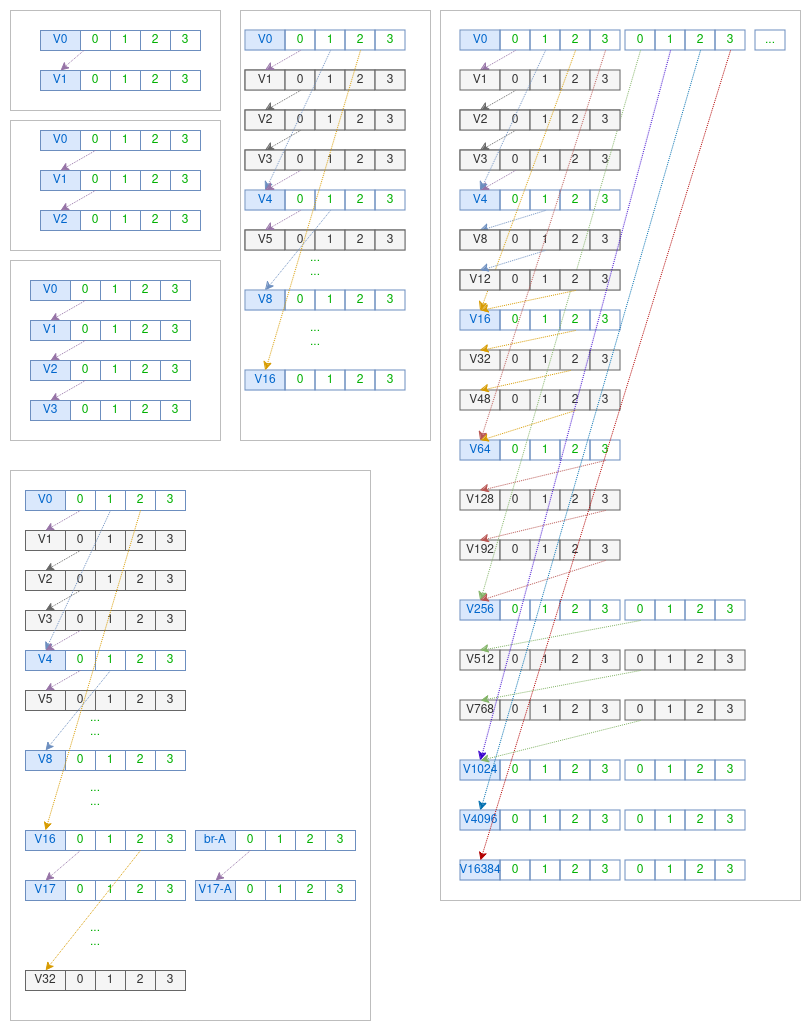
Earlier version of the draw.io export org/branches.png (cosdata/cosdata). Source tidied: cells renumbered, new cells last; positions are measured from the earlier drawing's top-left corner, leaving out a move shared by most shapes.
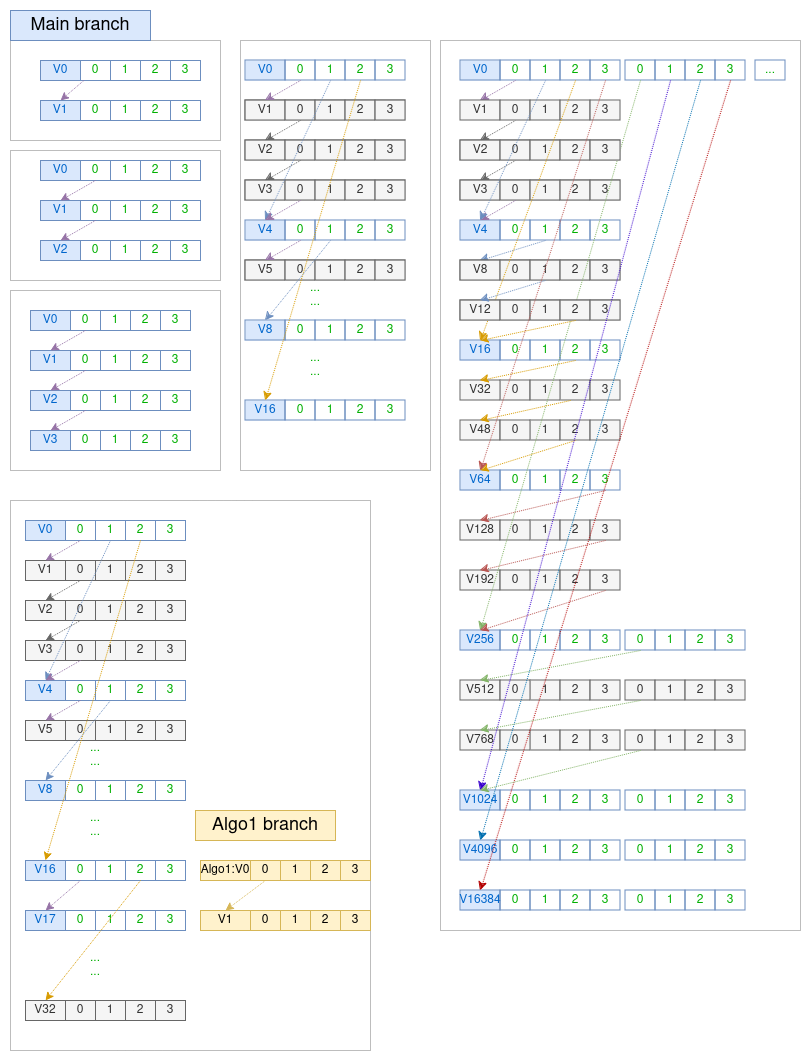
Above is the later version.

What changed in the source:
```diff
@@ -1045,22 +1045,22 @@
     <mxCell id="347" style="rounded=0;jettySize=auto;html=1;entryX=0.5;entryY=0;entryDx=0;entryDy=0;exitX=0.5;exitY=1;exitDx=0;exitDy=0;fillColor=#dae8fc;strokeColor=#6c8ebf;dashed=1;dashPattern=1 1;" parent="1" edge="1" source="311" target="315">
       <mxGeometry relative="1" as="geometry" />
     </mxCell>
-    <mxCell id="348" style="group;" parent="1" vertex="1">
-      <mxGeometry x="185" y="820" width="160" height="20" as="geometry" />
+    <mxCell id="348" style="group;fillColor=#fff2cc;strokeColor=#d6b656;" parent="1" vertex="1">
+      <mxGeometry x="200" y="820" width="160" height="20" as="geometry" />
     </mxCell>
-    <mxCell id="349" value="br-A" style="rounded=0;whiteSpace=wrap;html=1;fillColor=#dae8fc;strokeColor=#6c8ebf;fontColor=#0066CC;" parent="348" vertex="1">
-      <mxGeometry width="40" height="20" as="geometry" />
+    <mxCell id="349" value="Algo1:V0" style="rounded=0;whiteSpace=wrap;html=1;fillColor=#fff2cc;strokeColor=#d6b656;" parent="348" vertex="1">
+      <mxGeometry x="-10" width="50" height="20" as="geometry" />
     </mxCell>
-    <mxCell id="350" value="0" style="rounded=0;whiteSpace=wrap;html=1;fillColor=none;strokeColor=#6c8ebf;fontColor=#00B000;" parent="348" vertex="1">
+    <mxCell id="350" value="0" style="rounded=0;whiteSpace=wrap;html=1;fillColor=#fff2cc;strokeColor=#d6b656;" parent="348" vertex="1">
       <mxGeometry x="40" width="30" height="20" as="geometry" />
     </mxCell>
-    <mxCell id="351" value="1" style="rounded=0;whiteSpace=wrap;html=1;fillColor=none;strokeColor=#6c8ebf;fontColor=#00B000;" parent="348" vertex="1">
+    <mxCell id="351" value="1" style="rounded=0;whiteSpace=wrap;html=1;fillColor=#fff2cc;strokeColor=#d6b656;" parent="348" vertex="1">
       <mxGeometry x="70" width="30" height="20" as="geometry" />
     </mxCell>
-    <mxCell id="352" value="2" style="rounded=0;whiteSpace=wrap;html=1;fillColor=none;strokeColor=#6c8ebf;fontColor=#00B000;" parent="348" vertex="1">
+    <mxCell id="352" value="2" style="rounded=0;whiteSpace=wrap;html=1;fillColor=#fff2cc;strokeColor=#d6b656;" parent="348" vertex="1">
       <mxGeometry x="100" width="30" height="20" as="geometry" />
     </mxCell>
-    <mxCell id="353" value="3" style="rounded=0;whiteSpace=wrap;html=1;fillColor=none;strokeColor=#6c8ebf;fontColor=#00B000;" parent="348" vertex="1">
+    <mxCell id="353" value="3" style="rounded=0;whiteSpace=wrap;html=1;fillColor=#fff2cc;strokeColor=#d6b656;" parent="348" vertex="1">
       <mxGeometry x="130" width="30" height="20" as="geometry" />
     </mxCell>
     <mxCell id="354" style="group;" parent="1" vertex="1">
@@ -1081,28 +1081,28 @@
     <mxCell id="359" value="3" style="rounded=0;whiteSpace=wrap;html=1;fillColor=none;strokeColor=#6c8ebf;fontColor=#00B000;" parent="354" vertex="1">
       <mxGeometry x="130" width="30" height="20" as="geometry" />
     </mxCell>
-    <mxCell id="360" style="group;" parent="1" vertex="1">
-      <mxGeometry x="185" y="870" width="160" height="20" as="geometry" />
+    <mxCell id="360" style="group;fillColor=#fff2cc;strokeColor=#d6b656;" parent="1" vertex="1">
+      <mxGeometry x="200" y="870" width="160" height="20" as="geometry" />
     </mxCell>
-    <mxCell id="361" value="V17-A" style="rounded=0;whiteSpace=wrap;html=1;fillColor=#dae8fc;strokeColor=#6c8ebf;fontColor=#0066CC;" parent="360" vertex="1">
-      <mxGeometry width="40" height="20" as="geometry" />
+    <mxCell id="361" value="V1" style="rounded=0;whiteSpace=wrap;html=1;fillColor=#fff2cc;strokeColor=#d6b656;" parent="360" vertex="1">
+      <mxGeometry x="-10" width="50" height="20" as="geometry" />
     </mxCell>
-    <mxCell id="362" value="0" style="rounded=0;whiteSpace=wrap;html=1;fillColor=none;strokeColor=#6c8ebf;fontColor=#00B000;" parent="360" vertex="1">
+    <mxCell id="362" value="0" style="rounded=0;whiteSpace=wrap;html=1;fillColor=#fff2cc;strokeColor=#d6b656;" parent="360" vertex="1">
       <mxGeometry x="40" width="30" height="20" as="geometry" />
     </mxCell>
-    <mxCell id="363" value="1" style="rounded=0;whiteSpace=wrap;html=1;fillColor=none;strokeColor=#6c8ebf;fontColor=#00B000;" parent="360" vertex="1">
+    <mxCell id="363" value="1" style="rounded=0;whiteSpace=wrap;html=1;fillColor=#fff2cc;strokeColor=#d6b656;" parent="360" vertex="1">
       <mxGeometry x="70" width="30" height="20" as="geometry" />
     </mxCell>
-    <mxCell id="364" value="2" style="rounded=0;whiteSpace=wrap;html=1;fillColor=none;strokeColor=#6c8ebf;fontColor=#00B000;" parent="360" vertex="1">
+    <mxCell id="364" value="2" style="rounded=0;whiteSpace=wrap;html=1;fillColor=#fff2cc;strokeColor=#d6b656;" parent="360" vertex="1">
       <mxGeometry x="100" width="30" height="20" as="geometry" />
     </mxCell>
-    <mxCell id="365" value="3" style="rounded=0;whiteSpace=wrap;html=1;fillColor=none;strokeColor=#6c8ebf;fontColor=#00B000;" parent="360" vertex="1">
+    <mxCell id="365" value="3" style="rounded=0;whiteSpace=wrap;html=1;fillColor=#fff2cc;strokeColor=#d6b656;" parent="360" vertex="1">
       <mxGeometry x="130" width="30" height="20" as="geometry" />
     </mxCell>
     <mxCell id="366" style="rounded=0;jettySize=auto;html=1;entryX=0.5;entryY=0;entryDx=0;entryDy=0;fillColor=#e1d5e7;strokeColor=#9673a6;dashed=1;dashPattern=1 1;exitX=0.5;exitY=1;exitDx=0;exitDy=0;" parent="1" edge="1" source="304" target="355">
       <mxGeometry relative="1" as="geometry" />
     </mxCell>
-    <mxCell id="367" style="rounded=0;jettySize=auto;html=1;entryX=0.5;entryY=0;entryDx=0;entryDy=0;fillColor=#e1d5e7;strokeColor=#9673a6;dashed=1;dashPattern=1 1;exitX=0.5;exitY=1;exitDx=0;exitDy=0;" parent="1" edge="1" source="350" target="361">
+    <mxCell id="367" style="rounded=0;jettySize=auto;html=1;entryX=0.5;entryY=0;entryDx=0;entryDy=0;fillColor=#fff2cc;strokeColor=#d6b656;dashed=1;dashPattern=1 1;exitX=0.5;exitY=1;exitDx=0;exitDy=0;" parent="1" edge="1" source="350" target="361">
       <mxGeometry relative="1" as="geometry" />
     </mxCell>
     <mxCell id="368" value="2" style="rounded=0;whiteSpace=wrap;html=1;fillColor=#f5f5f5;strokeColor=#666666;fontColor=#333333;" parent="1" vertex="1">
@@ -1126,5 +1126,11 @@
     <mxCell id="374" value="&lt;div&gt;...&lt;/div&gt;&lt;div&gt;...&lt;br&gt;&lt;/div&gt;" style="text;html=1;align=center;verticalAlign=middle;whiteSpace=wrap;rounded=0;fontColor=#00B000;" parent="1" vertex="1">
       <mxGeometry x="55" y="910" width="60" height="30" as="geometry" />
     </mxCell>
+    <mxCell id="375" value="&lt;font style=&quot;font-size: 18px;&quot;&gt;Main branch&lt;/font&gt;" style="text;html=1;align=center;verticalAlign=middle;whiteSpace=wrap;rounded=0;fillColor=#dae8fc;strokeColor=#6c8ebf;" parent="1" vertex="1">
+      <mxGeometry y="-30" width="140" height="30" as="geometry" />
+    </mxCell>
+    <mxCell id="376" value="&lt;font style=&quot;font-size: 18px;&quot;&gt;Algo1 branch&lt;/font&gt;" style="text;html=1;align=center;verticalAlign=middle;whiteSpace=wrap;rounded=0;fillColor=#fff2cc;strokeColor=#d6b656;" parent="1" vertex="1">
+      <mxGeometry x="185" y="770" width="140" height="30" as="geometry" />
+    </mxCell>
   </root>
 </mxGraphModel>
```
